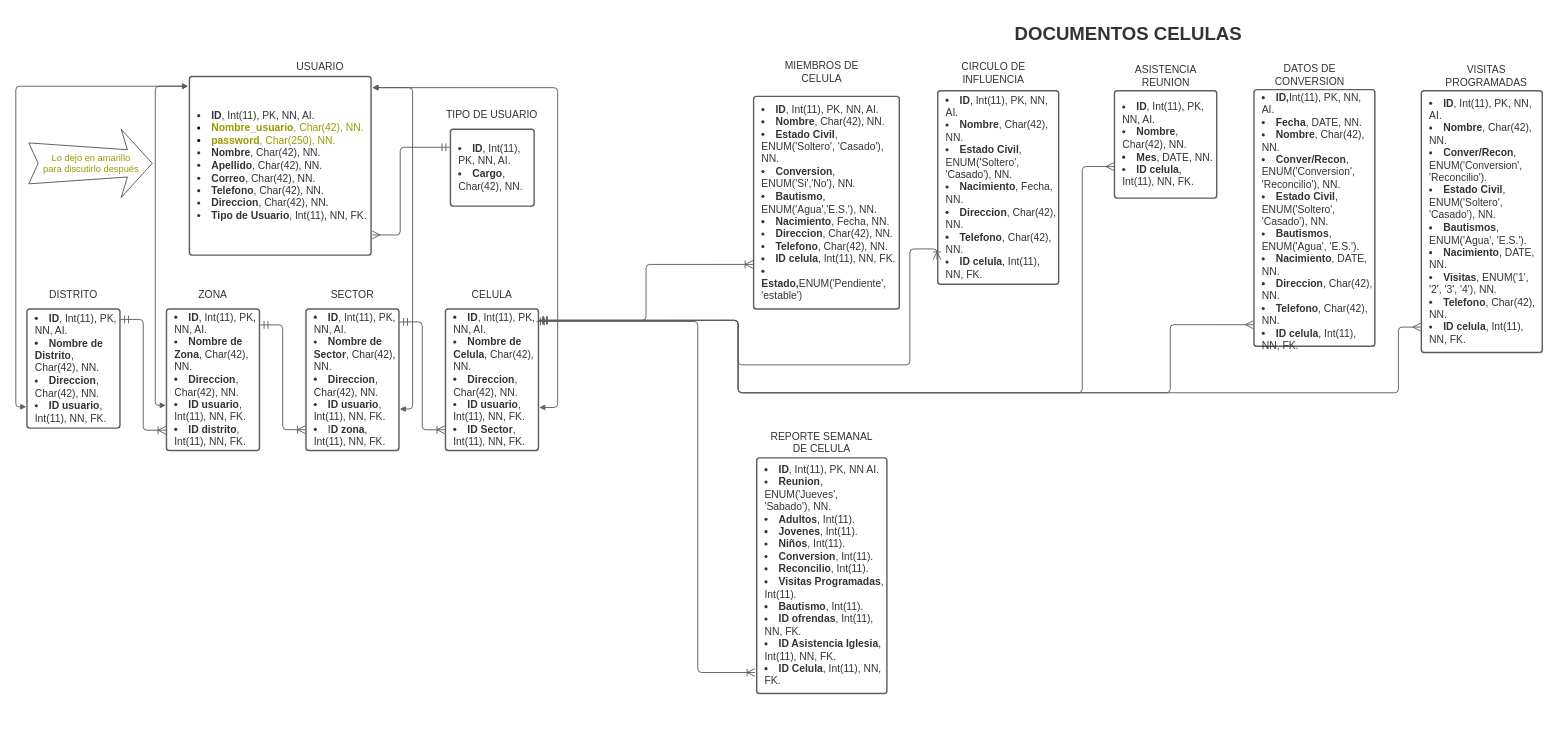
Earlier version of the draw.io diagram page "entidad-relacion" (1 of 2) of Diagrama 1.drawio (KJCarvajal/la-cosecha). Source tidied: cells renumbered, new cells numbered last; positions are measured from the earlier drawing's top-left corner, leaving out a move shared by most shapes. Both pictures are drawn from the tidied source at 62%, with x=0, y=0 at pixel (16, 11).
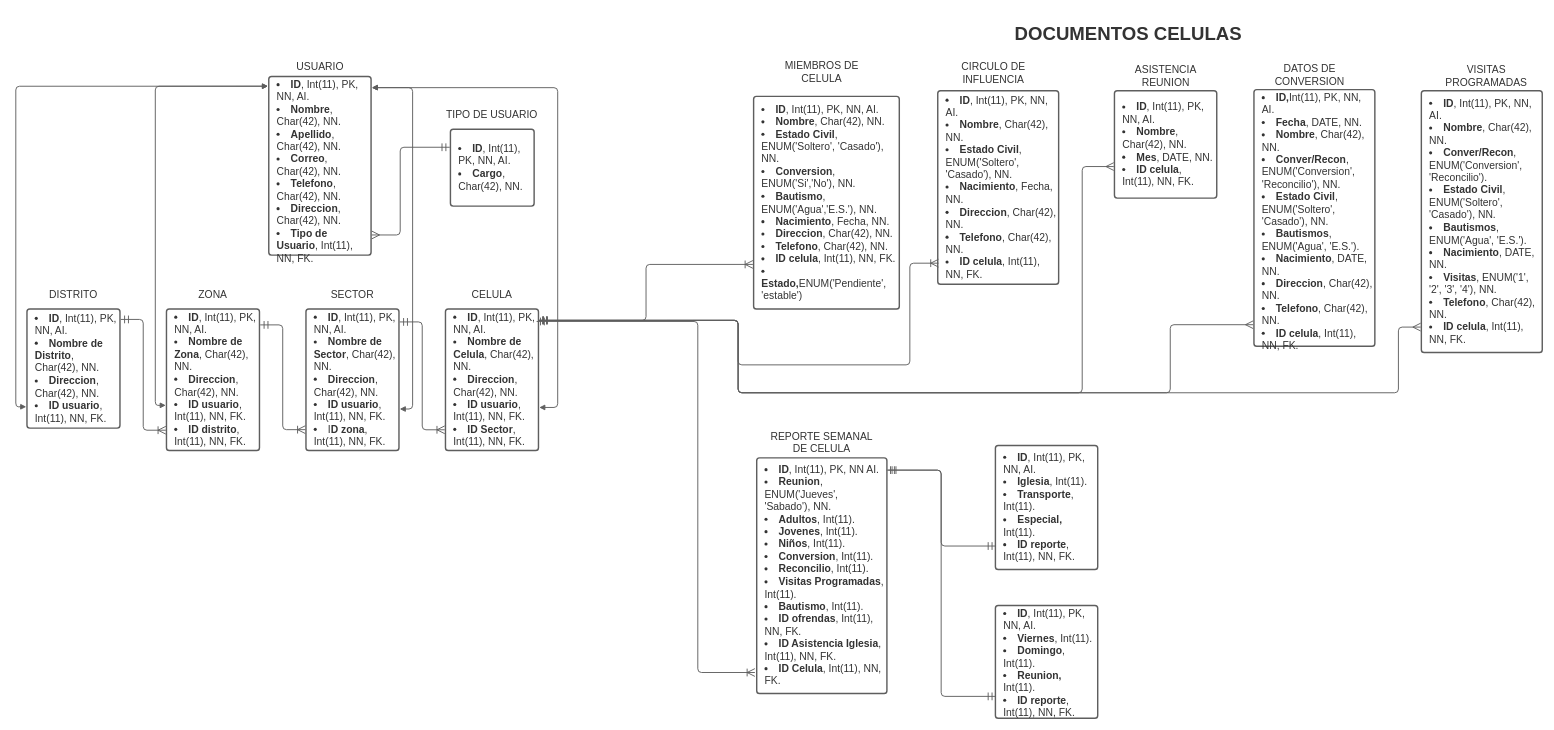
After the change.

Unchanged cells that the change refers to:
```xml
<mxCell id="13" value="&lt;ul style=&quot;margin: 0px; padding-left: 10px;list-style-position: inside; list-style-type:disc&quot;&gt;&lt;li style=&quot;text-align:left;color:#333333;font-size:16.7px;&quot;&gt;&lt;span style=&quot;margin-left: 0px;margin-top: -2px;&quot;&gt;&lt;span style=&quot;font-size:16.7px;color:#333333;font-weight: bold;&quot;&gt;ID&lt;/span&gt;&lt;span style=&quot;font-size:16.7px;color:#333333;&quot;&gt;, Int(11), PK, NN, AI.&lt;/span&gt;&lt;/span&gt;&lt;/li&gt;&lt;li style=&quot;text-align:left;color:#333333;font-size:16.7px;&quot;&gt;&lt;span style=&quot;margin-left: 0px;margin-top: -2px;&quot;&gt;&lt;span style=&quot;font-size:16.7px;color:#333333;&quot;&gt;&lt;span style=&quot;font-size:16.7px;color:#333333;font-weight: bold;&quot;&gt;Nombre de Celula&lt;/span&gt;, Char(42), NN.&lt;/span&gt;&lt;/span&gt;&lt;/li&gt;&lt;li style=&quot;text-align:left;color:#333333;font-size:16.7px;&quot;&gt;&lt;span style=&quot;margin-left: 0px;margin-top: -2px;&quot;&gt;&lt;span style=&quot;font-size:16.7px;color:#333333;&quot;&gt;&lt;span style=&quot;font-size:16.7px;color:#333333;font-weight: bold;&quot;&gt;Direccion&lt;/span&gt;, Char(42), NN.&lt;/span&gt;&lt;/span&gt;&lt;/li&gt;&lt;li style=&quot;text-align:left;color:#333333;font-size:16.7px;&quot;&gt;&lt;span style=&quot;margin-left: 0px;margin-top: -2px;&quot;&gt;&lt;span style=&quot;font-size:16.7px;color:#333333;&quot;&gt;&lt;span style=&quot;font-size:16.7px;color:#333333;font-weight: bold;&quot;&gt;ID usuario&lt;/span&gt;, Int(11), NN, FK.&lt;/span&gt;&lt;/span&gt;&lt;/li&gt;&lt;li style=&quot;text-align:left;color:#333333;font-size:16.7px;&quot;&gt;&lt;span style=&quot;margin-left: 0px;margin-top: -2px;&quot;&gt;&lt;span style=&quot;font-size:16.7px;color:#333333;&quot;&gt;&lt;span style=&quot;font-size:16.7px;color:#333333;font-weight: bold;&quot;&gt;ID Sector&lt;/span&gt;, Int(11), NN, FK.&lt;/span&gt;&lt;/span&gt;&lt;/li&gt;&lt;/ul&gt;" style="html=1;overflow=block;blockSpacing=1;whiteSpace=wrap;fontSize=13;spacing=3.8;strokeColor=#5e5e5e;strokeOpacity=100;rounded=1;absoluteArcSize=1;arcSize=9;strokeWidth=2.3;" parent="1" vertex="1">
  <mxGeometry x="693" y="480" width="150" height="228" as="geometry" />
</mxCell>
<mxCell id="26" value="&lt;ul style=&quot;margin: 0px; padding-left: 10px;list-style-position: inside; list-style-type:disc&quot;&gt;&lt;li style=&quot;text-align:left;color:#333333;font-size:16.7px;&quot;&gt;&lt;span style=&quot;margin-left: 0px;margin-top: -2px;&quot;&gt;&lt;span style=&quot;font-size:16.7px;color:#333333;font-weight: bold;&quot;&gt;ID&lt;/span&gt;&lt;span style=&quot;font-size:16.7px;color:#333333;&quot;&gt;, Int(11), PK, NN, AI.&lt;/span&gt;&lt;/span&gt;&lt;/li&gt;&lt;li style=&quot;text-align:left;color:#333333;font-size:16.7px;&quot;&gt;&lt;span style=&quot;margin-left: 0px;margin-top: -2px;&quot;&gt;&lt;span style=&quot;font-size:16.7px;color:#333333;&quot;&gt;&lt;span style=&quot;font-size:16.7px;color:#333333;font-weight: bold;&quot;&gt;Nombre&lt;/span&gt;, Char(42), NN.&lt;/span&gt;&lt;/span&gt;&lt;/li&gt;&lt;li style=&quot;text-align:left;color:#333333;font-size:16.7px;&quot;&gt;&lt;span style=&quot;margin-left: 0px;margin-top: -2px;&quot;&gt;&lt;span style=&quot;font-size:16.7px;color:#333333;&quot;&gt;&lt;span style=&quot;font-size:16.7px;color:#333333;font-weight: bold;&quot;&gt;Estado Civil&lt;/span&gt;, ENUM('Soltero', 'Casado'), NN.&lt;/span&gt;&lt;/span&gt;&lt;/li&gt;&lt;li style=&quot;text-align:left;color:#333333;font-size:16.7px;&quot;&gt;&lt;span style=&quot;margin-left: 0px;margin-top: -2px;&quot;&gt;&lt;span style=&quot;font-size:16.7px;color:#333333;&quot;&gt;&lt;span style=&quot;font-size:16.7px;color:#333333;font-weight: bold;&quot;&gt;Nacimiento&lt;/span&gt;, Fecha, NN.&lt;/span&gt;&lt;/span&gt;&lt;/li&gt;&lt;li style=&quot;text-align:left;color:#333333;font-size:16.7px;&quot;&gt;&lt;span style=&quot;margin-left: 0px;margin-top: -2px;&quot;&gt;&lt;span style=&quot;font-size:16.7px;color:#333333;&quot;&gt;&lt;span style=&quot;font-size:16.7px;color:#333333;font-weight: bold;&quot;&gt;Direccion&lt;/span&gt;, Char(42), NN.&lt;/span&gt;&lt;/span&gt;&lt;/li&gt;&lt;li style=&quot;text-align:left;color:#333333;font-size:16.7px;&quot;&gt;&lt;span style=&quot;margin-left: 0px;margin-top: -2px;&quot;&gt;&lt;span style=&quot;font-size:16.7px;color:#333333;&quot;&gt;&lt;span style=&quot;font-size:16.7px;color:#333333;font-weight: bold;&quot;&gt;Telefono&lt;/span&gt;, Char(42), NN.&lt;/span&gt;&lt;/span&gt;&lt;/li&gt;&lt;li style=&quot;text-align:left;color:#333333;font-size:16.7px;&quot;&gt;&lt;span style=&quot;margin-left: 0px;margin-top: -2px;&quot;&gt;&lt;span style=&quot;font-size:16.7px;color:#333333;&quot;&gt;&lt;span style=&quot;font-size:16.7px;color:#333333;font-weight: bold;&quot;&gt;ID celula&lt;/span&gt;, Int(11), NN, FK.&lt;/span&gt;&lt;/span&gt;&lt;/li&gt;&lt;/ul&gt;" style="html=1;overflow=block;blockSpacing=1;whiteSpace=wrap;fontSize=13;spacing=3.8;strokeColor=#5e5e5e;strokeOpacity=100;rounded=1;absoluteArcSize=1;arcSize=9;strokeWidth=2.3;" parent="1" vertex="1">
  <mxGeometry x="1487" y="128" width="195" height="312" as="geometry" />
</mxCell>
<mxCell id="38" value="&lt;ul style=&quot;margin: 0px ; padding-left: 10px ; list-style-position: inside ; list-style-type: disc&quot;&gt;&lt;li style=&quot;text-align: left ; color: #333333 ; font-size: 16.7px&quot;&gt;&lt;span style=&quot;margin-left: 0px ; margin-top: -2px&quot;&gt;&lt;span style=&quot;font-size: 16.7px ; color: #333333 ; font-weight: bold&quot;&gt;ID&lt;/span&gt;&lt;span style=&quot;font-size: 16.7px ; color: #333333&quot;&gt;, Int(11), PK, NN AI.&lt;/span&gt;&lt;/span&gt;&lt;/li&gt;&lt;li style=&quot;text-align: left ; color: #333333 ; font-size: 16.7px&quot;&gt;&lt;span style=&quot;margin-left: 0px ; margin-top: -2px&quot;&gt;&lt;span style=&quot;font-size: 16.7px ; color: #333333&quot;&gt;&lt;span style=&quot;font-size: 16.7px ; color: #333333 ; font-weight: bold&quot;&gt;Reunion&lt;/span&gt;, ENUM('Jueves', 'Sabado'), NN.&lt;/span&gt;&lt;/span&gt;&lt;/li&gt;&lt;li style=&quot;text-align: left ; color: #333333 ; font-size: 16.7px&quot;&gt;&lt;span style=&quot;margin-left: 0px ; margin-top: -2px&quot;&gt;&lt;span style=&quot;font-size: 16.7px ; color: #333333&quot;&gt;&lt;span style=&quot;font-size: 16.7px ; color: #333333 ; font-weight: bold&quot;&gt;Adultos&lt;/span&gt;, Int(11).&lt;/span&gt;&lt;/span&gt;&lt;/li&gt;&lt;li style=&quot;text-align: left ; color: #333333 ; font-size: 16.7px&quot;&gt;&lt;span style=&quot;margin-left: 0px ; margin-top: -2px&quot;&gt;&lt;span style=&quot;font-size: 16.7px ; color: #333333&quot;&gt;&lt;span style=&quot;font-size: 16.7px ; color: #333333 ; font-weight: bold&quot;&gt;Jovenes&lt;/span&gt;, Int(11).&lt;/span&gt;&lt;/span&gt;&lt;/li&gt;&lt;li style=&quot;text-align: left ; color: #333333 ; font-size: 16.7px&quot;&gt;&lt;span style=&quot;margin-left: 0px ; margin-top: -2px&quot;&gt;&lt;span style=&quot;font-size: 16.7px ; color: #333333&quot;&gt;&lt;span style=&quot;font-size: 16.7px ; color: #333333 ; font-weight: bold&quot;&gt;Niños&lt;/span&gt;, Int(11).&lt;/span&gt;&lt;/span&gt;&lt;/li&gt;&lt;li style=&quot;text-align: left ; color: #333333 ; font-size: 16.7px&quot;&gt;&lt;span style=&quot;margin-left: 0px ; margin-top: -2px&quot;&gt;&lt;span style=&quot;font-size: 16.7px ; color: #333333&quot;&gt;&lt;span style=&quot;font-size: 16.7px ; color: #333333 ; font-weight: bold&quot;&gt;Conversion&lt;/span&gt;, Int(11).&lt;/span&gt;&lt;/span&gt;&lt;/li&gt;&lt;li style=&quot;text-align: left ; color: #333333 ; font-size: 16.7px&quot;&gt;&lt;span style=&quot;margin-left: 0px ; margin-top: -2px&quot;&gt;&lt;span style=&quot;font-size: 16.7px ; color: #333333&quot;&gt;&lt;span style=&quot;font-size: 16.7px ; color: #333333 ; font-weight: bold&quot;&gt;Reconcilio&lt;/span&gt;, Int(11).&lt;/span&gt;&lt;/span&gt;&lt;/li&gt;&lt;li style=&quot;text-align: left ; color: #333333 ; font-size: 16.7px&quot;&gt;&lt;span style=&quot;margin-left: 0px ; margin-top: -2px&quot;&gt;&lt;span style=&quot;font-size: 16.7px ; color: #333333&quot;&gt;&lt;span style=&quot;font-size: 16.7px ; color: #333333 ; font-weight: bold&quot;&gt;Visitas Programadas&lt;/span&gt;, Int(11).&lt;/span&gt;&lt;/span&gt;&lt;/li&gt;&lt;li style=&quot;text-align: left ; color: #333333 ; font-size: 16.7px&quot;&gt;&lt;span style=&quot;margin-left: 0px ; margin-top: -2px&quot;&gt;&lt;span style=&quot;font-size: 16.7px ; color: #333333&quot;&gt;&lt;span style=&quot;font-size: 16.7px ; color: #333333 ; font-weight: bold&quot;&gt;Bautismo&lt;/span&gt;, Int(11).&lt;/span&gt;&lt;/span&gt;&lt;/li&gt;&lt;li style=&quot;text-align: left ; color: #333333 ; font-size: 16.7px&quot;&gt;&lt;span style=&quot;margin-left: 0px ; margin-top: -2px&quot;&gt;&lt;span style=&quot;font-size: 16.7px ; color: #333333&quot;&gt;&lt;span style=&quot;font-size: 16.7px ; color: #333333 ; font-weight: bold&quot;&gt;ID ofrendas&lt;/span&gt;, Int(11), NN, FK.&lt;/span&gt;&lt;/span&gt;&lt;/li&gt;&lt;li style=&quot;text-align: left ; color: #333333 ; font-size: 16.7px&quot;&gt;&lt;span style=&quot;margin-left: 0px ; margin-top: -2px&quot;&gt;&lt;span style=&quot;font-size: 16.7px ; color: #333333&quot;&gt;&lt;span style=&quot;font-size: 16.7px ; color: #333333 ; font-weight: bold&quot;&gt;ID Asistencia Iglesia&lt;/span&gt;, Int(11), NN, FK.&lt;/span&gt;&lt;/span&gt;&lt;/li&gt;&lt;li style=&quot;text-align: left ; color: #333333 ; font-size: 16.7px&quot;&gt;&lt;span style=&quot;margin-left: 0px ; margin-top: -2px&quot;&gt;&lt;span style=&quot;font-size: 16.7px ; color: #333333&quot;&gt;&lt;b&gt;ID Celula&lt;/b&gt;, Int(11), NN, FK.&lt;br&gt;&lt;/span&gt;&lt;/span&gt;&lt;/li&gt;&lt;/ul&gt;" style="html=1;overflow=block;blockSpacing=1;whiteSpace=wrap;fontSize=13;spacing=3.8;strokeColor=#5e5e5e;strokeOpacity=100;rounded=1;absoluteArcSize=1;arcSize=9;strokeWidth=2.3;" parent="1" vertex="1">
  <mxGeometry x="1195" y="720" width="210" height="380" as="geometry" />
</mxCell>
```

Diff of the diagram source:
```diff
@@
-    <mxCell id="2" value="&lt;ul style=&quot;margin: 0px ; padding-left: 10px ; list-style-position: inside ; list-style-type: disc&quot;&gt;&lt;li style=&quot;text-align: left ; color: #333333 ; font-size: 16.7px&quot;&gt;&lt;span style=&quot;margin-left: 0px ; margin-top: -2px&quot;&gt;&lt;span style=&quot;font-size: 16.7px ; color: #333333 ; font-weight: bold&quot;&gt;ID&lt;/span&gt;&lt;span style=&quot;font-size: 16.7px ; color: #333333&quot;&gt;, Int(11), PK, NN, AI.&lt;/span&gt;&lt;/span&gt;&lt;/li&gt;&lt;li style=&quot;text-align: left ; font-size: 16.7px&quot;&gt;&lt;font color=&quot;#999900&quot;&gt;&lt;b style=&quot;font-size: 16.7px&quot;&gt;Nombre_usuario&lt;/b&gt;&lt;span style=&quot;font-size: 16.7px&quot;&gt;, Char(42), NN.&lt;/span&gt;&lt;/font&gt;&lt;/li&gt;&lt;li style=&quot;text-align: left ; font-size: 16.7px&quot;&gt;&lt;span style=&quot;font-size: 16.7px&quot;&gt;&lt;font color=&quot;#999900&quot;&gt;&lt;b&gt;password&lt;/b&gt;, Char(250), NN.&lt;/font&gt;&lt;/span&gt;&lt;/li&gt;&lt;li style=&quot;text-align: left ; color: #333333 ; font-size: 16.7px&quot;&gt;&lt;span style=&quot;margin-left: 0px ; margin-top: -2px&quot;&gt;&lt;span style=&quot;font-size: 16.7px ; color: #333333&quot;&gt;&lt;span style=&quot;font-size: 16.7px ; color: #333333 ; font-weight: bold&quot;&gt;Nombre&lt;/span&gt;, Char(42), NN.&lt;/span&gt;&lt;/span&gt;&lt;/li&gt;&lt;li style=&quot;text-align: left ; color: #333333 ; font-size: 16.7px&quot;&gt;&lt;span style=&quot;margin-left: 0px ; margin-top: -2px&quot;&gt;&lt;span style=&quot;font-size: 16.7px ; color: #333333&quot;&gt;&lt;span style=&quot;font-size: 16.7px ; color: #333333 ; font-weight: bold&quot;&gt;Apellido&lt;/span&gt;, Char(42), NN.&lt;/span&gt;&lt;/span&gt;&lt;/li&gt;&lt;li style=&quot;text-align: left ; color: #333333 ; font-size: 16.7px&quot;&gt;&lt;span style=&quot;margin-left: 0px ; margin-top: -2px&quot;&gt;&lt;span style=&quot;font-size: 16.7px ; color: #333333&quot;&gt;&lt;span style=&quot;font-size: 16.7px ; color: #333333 ; font-weight: bold&quot;&gt;Correo&lt;/span&gt;, Char(42), NN.&lt;/span&gt;&lt;/span&gt;&lt;/li&gt;&lt;li style=&quot;text-align: left ; color: #333333 ; font-size: 16.7px&quot;&gt;&lt;span style=&quot;margin-left: 0px ; margin-top: -2px&quot;&gt;&lt;span style=&quot;font-size: 16.7px ; color: #333333&quot;&gt;&lt;span style=&quot;font-size: 16.7px ; color: #333333 ; font-weight: bold&quot;&gt;Telefono&lt;/span&gt;, Char(42), NN.&lt;/span&gt;&lt;/span&gt;&lt;/li&gt;&lt;li style=&quot;text-align: left ; color: #333333 ; font-size: 16.7px&quot;&gt;&lt;span style=&quot;margin-left: 0px ; margin-top: -2px&quot;&gt;&lt;span style=&quot;font-size: 16.7px ; color: #333333&quot;&gt;&lt;span style=&quot;font-size: 16.7px ; color: #333333 ; font-weight: bold&quot;&gt;Direccion&lt;/span&gt;, Char(42), NN.&lt;/span&gt;&lt;/span&gt;&lt;/li&gt;&lt;li style=&quot;text-align: left ; color: #333333 ; font-size: 16.7px&quot;&gt;&lt;span style=&quot;margin-left: 0px ; margin-top: -2px&quot;&gt;&lt;span style=&quot;font-size: 16.7px ; color: #333333&quot;&gt;&lt;span style=&quot;font-size: 16.7px ; color: #333333 ; font-weight: bold&quot;&gt;Tipo de Usuario&lt;/span&gt;, Int(11), NN, FK.&lt;/span&gt;&lt;/span&gt;&lt;/li&gt;&lt;/ul&gt;" style="html=1;overflow=block;blockSpacing=1;whiteSpace=wrap;fontSize=13;spacing=3.8;strokeColor=#5e5e5e;strokeOpacity=100;rounded=1;absoluteArcSize=1;arcSize=9;strokeWidth=2.3;" parent="1" vertex="1">
-      <mxGeometry x="280" y="105" width="293" height="288" as="geometry" />
+    <mxCell id="2" value="&lt;ul style=&quot;margin: 0px; padding-left: 10px;list-style-position: inside; list-style-type:disc&quot;&gt;&lt;li style=&quot;text-align:left;color:#333333;font-size:16.7px;&quot;&gt;&lt;span style=&quot;margin-left: 0px;margin-top: -2px;&quot;&gt;&lt;span style=&quot;font-size:16.7px;color:#333333;font-weight: bold;&quot;&gt;ID&lt;/span&gt;&lt;span style=&quot;font-size:16.7px;color:#333333;&quot;&gt;, Int(11), PK, NN, AI.&lt;/span&gt;&lt;/span&gt;&lt;/li&gt;&lt;li style=&quot;text-align:left;color:#333333;font-size:16.7px;&quot;&gt;&lt;span style=&quot;margin-left: 0px;margin-top: -2px;&quot;&gt;&lt;span style=&quot;font-size:16.7px;color:#333333;&quot;&gt;&lt;span style=&quot;font-size:16.7px;color:#333333;font-weight: bold;&quot;&gt;Nombre&lt;/span&gt;, Char(42), NN.&lt;/span&gt;&lt;/span&gt;&lt;/li&gt;&lt;li style=&quot;text-align:left;color:#333333;font-size:16.7px;&quot;&gt;&lt;span style=&quot;margin-left: 0px;margin-top: -2px;&quot;&gt;&lt;span style=&quot;font-size:16.7px;color:#333333;&quot;&gt;&lt;span style=&quot;font-size:16.7px;color:#333333;font-weight: bold;&quot;&gt;Apellido&lt;/span&gt;, Char(42), NN.&lt;/span&gt;&lt;/span&gt;&lt;/li&gt;&lt;li style=&quot;text-align:left;color:#333333;font-size:16.7px;&quot;&gt;&lt;span style=&quot;margin-left: 0px;margin-top: -2px;&quot;&gt;&lt;span style=&quot;font-size:16.7px;color:#333333;&quot;&gt;&lt;span style=&quot;font-size:16.7px;color:#333333;font-weight: bold;&quot;&gt;Correo&lt;/span&gt;, Char(42), NN.&lt;/span&gt;&lt;/span&gt;&lt;/li&gt;&lt;li style=&quot;text-align:left;color:#333333;font-size:16.7px;&quot;&gt;&lt;span style=&quot;margin-left: 0px;margin-top: -2px;&quot;&gt;&lt;span style=&quot;font-size:16.7px;color:#333333;&quot;&gt;&lt;span style=&quot;font-size:16.7px;color:#333333;font-weight: bold;&quot;&gt;Telefono&lt;/span&gt;, Char(42), NN.&lt;/span&gt;&lt;/span&gt;&lt;/li&gt;&lt;li style=&quot;text-align:left;color:#333333;font-size:16.7px;&quot;&gt;&lt;span style=&quot;margin-left: 0px;margin-top: -2px;&quot;&gt;&lt;span style=&quot;font-size:16.7px;color:#333333;&quot;&gt;&lt;span style=&quot;font-size:16.7px;color:#333333;font-weight: bold;&quot;&gt;Direccion&lt;/span&gt;, Char(42), NN.&lt;/span&gt;&lt;/span&gt;&lt;/li&gt;&lt;li style=&quot;text-align:left;color:#333333;font-size:16.7px;&quot;&gt;&lt;span style=&quot;margin-left: 0px;margin-top: -2px;&quot;&gt;&lt;span style=&quot;font-size:16.7px;color:#333333;&quot;&gt;&lt;span style=&quot;font-size:16.7px;color:#333333;font-weight: bold;&quot;&gt;Tipo de Usuario&lt;/span&gt;, Int(11), NN, FK.&lt;/span&gt;&lt;/span&gt;&lt;/li&gt;&lt;/ul&gt;" style="html=1;overflow=block;blockSpacing=1;whiteSpace=wrap;fontSize=13;spacing=3.8;strokeColor=#5e5e5e;strokeOpacity=100;rounded=1;absoluteArcSize=1;arcSize=9;strokeWidth=2.3;" parent="1" vertex="1">
+      <mxGeometry x="408" y="105" width="165" height="288" as="geometry" />
     </mxCell>
@@
-    <mxCell id="28" style="html=1;jettySize=18;whiteSpace=wrap;overflow=block;blockSpacing=1;fontSize=13;strokeColor=#5E5E5E;strokeWidth=1.5;rounded=1;arcSize=12;edgeStyle=orthogonalEdgeStyle;startArrow=ERoneToMany;startSize=10;endArrow=ERmandOne;endSize=10;exitX=-0.006;exitY=0.873;exitPerimeter=0;entryX=1.008;entryY=0.08;entryPerimeter=0;" parent="1" edge="1" source="26" target="13">
+    <mxCell id="28" style="html=1;jettySize=18;whiteSpace=wrap;overflow=block;blockSpacing=1;fontSize=13;strokeColor=#5E5E5E;strokeWidth=1.5;rounded=1;arcSize=12;edgeStyle=orthogonalEdgeStyle;startArrow=ERoneToMany;startSize=10;endArrow=ERmandOne;endSize=10;entryX=1.008;entryY=0.08;entryPerimeter=0;exitX=0.006;exitY=0.891;exitDx=0;exitDy=0;exitPerimeter=0;" parent="1" edge="1" source="26" target="13">
       <mxGeometry relative="1" as="geometry">
         <Array as="points">
-          <mxPoint x="1442" y="383" />
+          <mxPoint x="1442" y="406" />
           <mxPoint x="1442" y="570" />
           <mxPoint x="1165" y="570" />
           <mxPoint x="1165" y="498" />
         </Array>
       </mxGeometry>
     </mxCell>
@@
-    <mxCell id="41" value="Lo dejo en amarillo &lt;br&gt;para discutirlo después" style="html=1;shadow=0;dashed=0;align=center;verticalAlign=middle;shape=mxgraph.arrows2.stylisedArrow;dy=0.6;dx=40;notch=15;feather=0.4;fontSize=15;fontColor=#999900;" parent="1" vertex="1">
-      <mxGeometry x="21" y="190" width="199" height="110" as="geometry" />
-    </mxCell>
+    <mxCell id="42" value="&lt;ul style=&quot;margin: 0px ; padding-left: 10px ; list-style-position: inside ; list-style-type: disc&quot;&gt;&lt;li style=&quot;text-align: left ; color: #333333 ; font-size: 16.7px&quot;&gt;&lt;span style=&quot;margin-left: 0px ; margin-top: -2px&quot;&gt;&lt;span style=&quot;font-size: 16.7px ; color: #333333 ; font-weight: bold&quot;&gt;ID&lt;/span&gt;&lt;span style=&quot;font-size: 16.7px ; color: #333333&quot;&gt;, Int(11), PK, NN, AI.&lt;/span&gt;&lt;/span&gt;&lt;/li&gt;&lt;li style=&quot;text-align: left ; color: #333333 ; font-size: 16.7px&quot;&gt;&lt;span style=&quot;margin-left: 0px ; margin-top: -2px&quot;&gt;&lt;span style=&quot;font-size: 16.7px ; color: #333333&quot;&gt;&lt;b&gt;Iglesia&lt;/b&gt;, Int(11).&lt;/span&gt;&lt;/span&gt;&lt;/li&gt;&lt;li style=&quot;text-align: left ; color: #333333 ; font-size: 16.7px&quot;&gt;&lt;span style=&quot;margin-left: 0px ; margin-top: -2px&quot;&gt;&lt;span style=&quot;font-size: 16.7px ; color: #333333&quot;&gt;&lt;b&gt;Transporte&lt;/b&gt;, Int(11).&lt;/span&gt;&lt;/span&gt;&lt;/li&gt;&lt;li style=&quot;text-align: left ; color: #333333 ; font-size: 16.7px&quot;&gt;&lt;span style=&quot;margin-left: 0px ; margin-top: -2px&quot;&gt;&lt;span style=&quot;font-size: 16.7px ; color: #333333&quot;&gt;&lt;b&gt;Especial,&lt;/b&gt; Int(11).&lt;br&gt;&lt;/span&gt;&lt;/span&gt;&lt;/li&gt;&lt;li style=&quot;text-align: left ; color: #333333 ; font-size: 16.7px&quot;&gt;&lt;span style=&quot;margin-left: 0px ; margin-top: -2px&quot;&gt;&lt;span style=&quot;font-size: 16.7px ; color: #333333&quot;&gt;&lt;span style=&quot;font-size: 16.7px ; color: #333333 ; font-weight: bold&quot;&gt;ID reporte&lt;/span&gt;, Int(11), NN, FK.&lt;/span&gt;&lt;/span&gt;&lt;/li&gt;&lt;/ul&gt;" style="html=1;overflow=block;blockSpacing=1;whiteSpace=wrap;fontSize=13;spacing=3.8;strokeColor=#5e5e5e;strokeOpacity=100;rounded=1;absoluteArcSize=1;arcSize=9;strokeWidth=2.3;" parent="1" vertex="1">
+      <mxGeometry x="1580" y="700" width="165" height="200" as="geometry" />
+    </mxCell>
+    <mxCell id="43" value="&lt;ul style=&quot;margin: 0px ; padding-left: 10px ; list-style-position: inside ; list-style-type: disc&quot;&gt;&lt;li style=&quot;text-align: left ; color: #333333 ; font-size: 16.7px&quot;&gt;&lt;span style=&quot;margin-left: 0px ; margin-top: -2px&quot;&gt;&lt;span style=&quot;font-size: 16.7px ; color: #333333 ; font-weight: bold&quot;&gt;ID&lt;/span&gt;&lt;span style=&quot;font-size: 16.7px ; color: #333333&quot;&gt;, Int(11), PK, NN, AI.&lt;/span&gt;&lt;/span&gt;&lt;/li&gt;&lt;li style=&quot;text-align: left ; color: #333333 ; font-size: 16.7px&quot;&gt;&lt;span style=&quot;margin-left: 0px ; margin-top: -2px&quot;&gt;&lt;span style=&quot;font-size: 16.7px ; color: #333333&quot;&gt;&lt;b&gt;Viernes&lt;/b&gt;, Int(11).&lt;/span&gt;&lt;/span&gt;&lt;/li&gt;&lt;li style=&quot;text-align: left ; color: #333333 ; font-size: 16.7px&quot;&gt;&lt;span style=&quot;margin-left: 0px ; margin-top: -2px&quot;&gt;&lt;span style=&quot;font-size: 16.7px ; color: #333333&quot;&gt;&lt;b&gt;Domingo&lt;/b&gt;, Int(11).&lt;/span&gt;&lt;/span&gt;&lt;/li&gt;&lt;li style=&quot;text-align: left ; color: #333333 ; font-size: 16.7px&quot;&gt;&lt;span style=&quot;margin-left: 0px ; margin-top: -2px&quot;&gt;&lt;span style=&quot;font-size: 16.7px ; color: #333333&quot;&gt;&lt;b&gt;Reunion,&lt;/b&gt; Int(11).&lt;br&gt;&lt;/span&gt;&lt;/span&gt;&lt;/li&gt;&lt;li style=&quot;text-align: left ; color: #333333 ; font-size: 16.7px&quot;&gt;&lt;span style=&quot;margin-left: 0px ; margin-top: -2px&quot;&gt;&lt;span style=&quot;font-size: 16.7px ; color: #333333&quot;&gt;&lt;span style=&quot;font-size: 16.7px ; color: #333333 ; font-weight: bold&quot;&gt;ID reporte&lt;/span&gt;, Int(11), NN, FK.&lt;/span&gt;&lt;/span&gt;&lt;/li&gt;&lt;/ul&gt;" style="html=1;overflow=block;blockSpacing=1;whiteSpace=wrap;fontSize=13;spacing=3.8;strokeColor=#5e5e5e;strokeOpacity=100;rounded=1;absoluteArcSize=1;arcSize=9;strokeWidth=2.3;" parent="1" vertex="1">
+      <mxGeometry x="1580" y="958" width="165" height="182" as="geometry" />
+    </mxCell>
+    <mxCell id="44" style="html=1;jettySize=18;whiteSpace=wrap;overflow=block;blockSpacing=1;fontSize=13;strokeColor=#5E5E5E;strokeWidth=1.5;rounded=1;arcSize=12;edgeStyle=orthogonalEdgeStyle;startArrow=ERmandOne;startSize=10;endArrow=ERmandOne;endSize=10;entryX=0.005;entryY=0.811;entryPerimeter=0;endFill=0;entryDx=0;entryDy=0;exitX=1.01;exitY=0.052;exitDx=0;exitDy=0;exitPerimeter=0;" parent="1" edge="1" source="38" target="42">
+      <mxGeometry relative="1" as="geometry" />
+    </mxCell>
+    <mxCell id="45" style="html=1;jettySize=18;whiteSpace=wrap;overflow=block;blockSpacing=1;fontSize=13;strokeColor=#5E5E5E;strokeWidth=1.5;rounded=1;arcSize=12;edgeStyle=orthogonalEdgeStyle;startArrow=ERmandOne;startSize=10;endArrow=ERmandOne;endSize=10;endFill=0;entryX=0.005;entryY=0.806;entryDx=0;entryDy=0;entryPerimeter=0;exitX=0.998;exitY=0.052;exitDx=0;exitDy=0;exitPerimeter=0;" parent="1" edge="1" source="38" target="43">
+      <mxGeometry relative="1" as="geometry" />
+    </mxCell>
```
